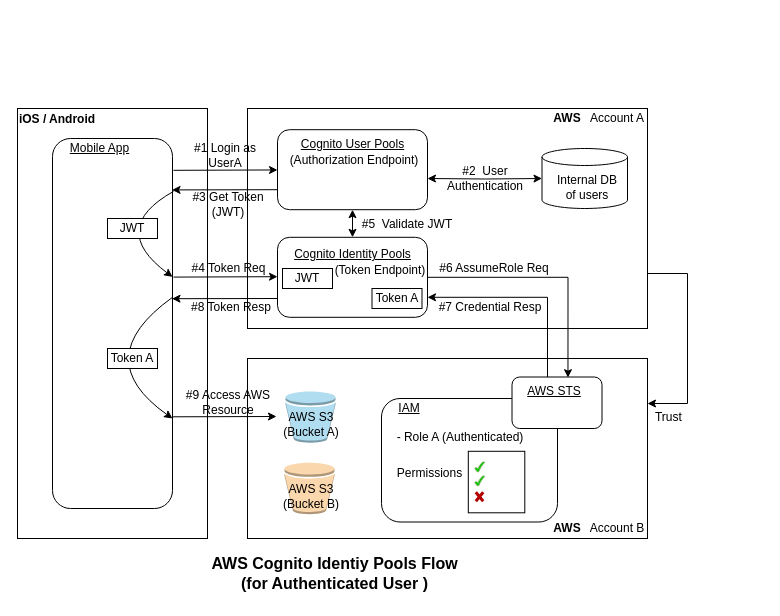
The draw.io diagram OAuth2.0_Authorization/AWS_Cognito_with_Vault.drawio in developer-onizuka/Diagrams, before the edit. Source tidied: cells renumbered, new cells numbered last; positions are measured from the earlier drawing's top-left corner, leaving out a move shared by most shapes. Both pictures are drawn from the tidied source at 100%, with x=0, y=0 at pixel (17, 108).
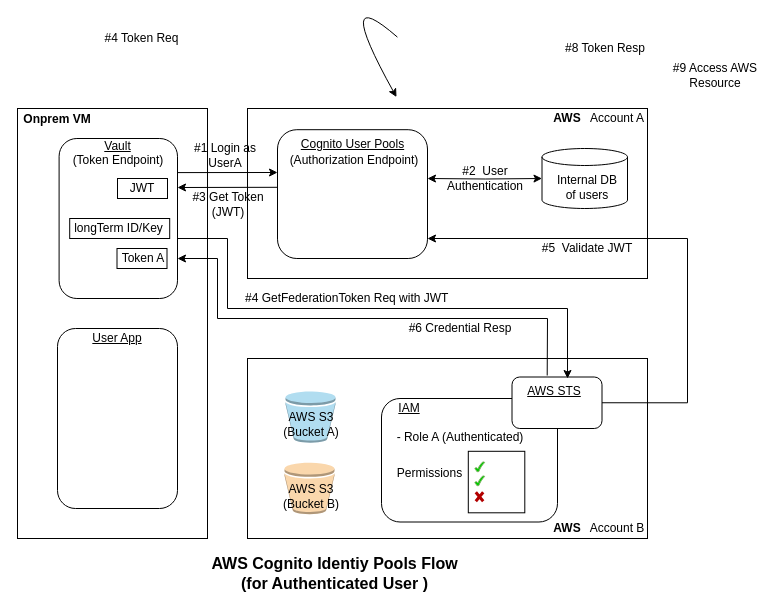
The same diagram, later.

Commit message:
AWS_Cognito_with_Vault.drawio を更新します

Unchanged cells that the change refers to:
```xml
<mxCell id="12" style="rounded=0;whiteSpace=wrap;html=1;" parent="1" vertex="1">
  <mxGeometry x="230" y="250" width="400" height="180" as="geometry" />
</mxCell>
<mxCell id="66" style="rounded=1;whiteSpace=wrap;html=1;" parent="1" vertex="1">
  <mxGeometry x="494.5" y="268.5" width="90" height="51.5" as="geometry" />
</mxCell>
```

Diff of the diagram source:
```diff
@@
     <mxCell id="3" style="rounded=1;whiteSpace=wrap;html=1;" parent="1" vertex="1">
-      <mxGeometry x="35" y="30" width="120" height="370" as="geometry" />
+      <mxGeometry x="40" y="220" width="120" height="180" as="geometry" />
     </mxCell>
-    <mxCell id="4" value="Mobile App" style="text;html=1;strokeColor=none;fillColor=none;align=center;verticalAlign=middle;whiteSpace=wrap;rounded=0;fontStyle=4;" parent="1" vertex="1">
-      <mxGeometry x="45" y="30" width="75" height="20" as="geometry" />
+    <mxCell id="4" value="User App" style="text;html=1;strokeColor=none;fillColor=none;align=center;verticalAlign=middle;whiteSpace=wrap;rounded=0;fontStyle=4;" parent="1" vertex="1">
+      <mxGeometry x="40" y="220" width="120" height="20" as="geometry" />
     </mxCell>
-    <mxCell id="5" value="iOS / Android" style="text;html=1;strokeColor=none;fillColor=none;align=center;verticalAlign=middle;whiteSpace=wrap;rounded=0;fontStyle=1;" parent="1" vertex="1">
+    <mxCell id="5" value="Onprem VM" style="text;html=1;strokeColor=none;fillColor=none;align=center;verticalAlign=middle;whiteSpace=wrap;rounded=0;fontStyle=1;" parent="1" vertex="1">
       <mxGeometry y="1.2" width="80" height="20" as="geometry" />
     </mxCell>
-    <mxCell id="6" style="edgeStyle=orthogonalEdgeStyle;rounded=0;jettySize=auto;html=1;exitX=1;exitY=0.75;exitDx=0;exitDy=0;entryX=1;entryY=0.25;entryDx=0;entryDy=0;startArrow=none;startFill=0;" parent="1" edge="1" source="7" target="12">
-      <mxGeometry relative="1" as="geometry">
-        <Array as="points">
-          <mxPoint x="670" y="165" />
-          <mxPoint x="670" y="295" />
-        </Array>
-      </mxGeometry>
-    </mxCell>
     <mxCell id="7" style="rounded=0;whiteSpace=wrap;html=1;" parent="1" vertex="1">
-      <mxGeometry x="230" width="400" height="220" as="geometry" />
+      <mxGeometry x="230" width="400" height="170" as="geometry" />
     </mxCell>
@@
-    <mxCell id="9" style="edgeStyle=orthogonalEdgeStyle;rounded=0;jettySize=auto;html=1;exitX=0.5;exitY=0;exitDx=0;exitDy=0;entryX=0.5;entryY=1;entryDx=0;entryDy=0;startArrow=classic;startFill=1;endArrow=classic;endFill=1;" parent="1" edge="1" source="10" target="21">
-      <mxGeometry relative="1" as="geometry" />
-    </mxCell>
     <mxCell id="10" style="rounded=1;whiteSpace=wrap;html=1;" parent="1" vertex="1">
-      <mxGeometry x="260" y="128.8" width="150" height="80" as="geometry" />
+      <mxGeometry x="41.6" y="30" width="118.4" height="160" as="geometry" />
     </mxCell>
-    <mxCell id="11" value="Cognito Identity Pools" style="text;html=1;strokeColor=none;fillColor=none;align=center;verticalAlign=middle;whiteSpace=wrap;rounded=0;fontStyle=4;" parent="1" vertex="1">
-      <mxGeometry x="274.5" y="138.8" width="121" height="15" as="geometry" />
+    <mxCell id="11" value="Vault" style="text;html=1;strokeColor=none;fillColor=none;align=center;verticalAlign=middle;whiteSpace=wrap;rounded=0;fontStyle=4;" parent="1" vertex="1">
+      <mxGeometry x="40" y="30" width="121" height="15" as="geometry" />
     </mxCell>
@@
-    <mxCell id="17" style="edgeStyle=orthogonalEdgeStyle;rounded=0;jettySize=auto;html=1;entryX=1;entryY=0.75;entryDx=0;entryDy=0;startArrow=none;startFill=0;endArrow=classic;endFill=1;" parent="1" edge="1" source="66" target="10">
-      <mxGeometry relative="1" as="geometry">
-        <Array as="points">
-          <mxPoint x="530" y="189" />
-        </Array>
-      </mxGeometry>
-    </mxCell>
@@
     <mxCell id="21" style="rounded=1;whiteSpace=wrap;html=1;" parent="1" vertex="1">
-      <mxGeometry x="260" y="21.2" width="150" height="80" as="geometry" />
+      <mxGeometry x="260" y="21.2" width="150" height="128.8" as="geometry" />
     </mxCell>
@@
-    <mxCell id="31" value="Trust&amp;nbsp;" style="text;html=1;strokeColor=none;fillColor=none;align=center;verticalAlign=middle;whiteSpace=wrap;rounded=0;" parent="1" vertex="1">
-      <mxGeometry x="622.7" y="298.5" width="60" height="20" as="geometry" />
-    </mxCell>
-    <mxCell id="32" style="endArrow=classic;html=1;rounded=0;exitX=1.008;exitY=0.086;exitDx=0;exitDy=0;exitPerimeter=0;" parent="1" edge="1" source="3" target="21">
-      <mxGeometry relative="1" as="geometry" />
-    </mxCell>
@@
-    <mxCell id="37" style="endArrow=classic;html=1;rounded=0;exitX=0;exitY=0.75;exitDx=0;exitDy=0;entryX=0.996;entryY=0.139;entryDx=0;entryDy=0;entryPerimeter=0;" parent="1" edge="1" source="21" target="3">
-      <mxGeometry relative="1" as="geometry" />
-    </mxCell>
-    <mxCell id="38" style="endArrow=classic;html=1;rounded=0;exitX=1.008;exitY=0.086;exitDx=0;exitDy=0;exitPerimeter=0;" parent="1" edge="1">
-      <mxGeometry relative="1" as="geometry">
-        <mxPoint x="156" y="168.6" as="sourcePoint" />
-        <mxPoint x="260" y="168.2" as="targetPoint" />
-      </mxGeometry>
-    </mxCell>
-    <mxCell id="39" style="endArrow=classic;html=1;rounded=0;exitX=0;exitY=0.75;exitDx=0;exitDy=0;entryX=0.996;entryY=0.139;entryDx=0;entryDy=0;entryPerimeter=0;" parent="1" edge="1">
-      <mxGeometry relative="1" as="geometry">
-        <mxPoint x="260" y="190" as="sourcePoint" />
-        <mxPoint x="154.5" y="190.2" as="targetPoint" />
-      </mxGeometry>
-    </mxCell>
@@
-    <mxCell id="41" style="group;" parent="1" vertex="1">
-      <mxGeometry x="265" y="160" width="50" height="20" as="geometry" />
-    </mxCell>
-    <mxCell id="42" style="rounded=0;whiteSpace=wrap;html=1;" parent="41" vertex="1">
-      <mxGeometry width="50" height="20" as="geometry" />
-    </mxCell>
-    <mxCell id="43" value="JWT" style="text;html=1;strokeColor=none;fillColor=none;align=center;verticalAlign=middle;whiteSpace=wrap;rounded=0;" parent="41" vertex="1">
-      <mxGeometry width="50" height="20" as="geometry" />
-    </mxCell>
     <mxCell id="44" value="#4 Token Req" style="text;html=1;strokeColor=none;fillColor=none;align=center;verticalAlign=middle;whiteSpace=wrap;rounded=0;" parent="1" vertex="1">
-      <mxGeometry x="167.5" y="150" width="87" height="20" as="geometry" />
+      <mxGeometry x="80.5" y="-80" width="87" height="20" as="geometry" />
     </mxCell>
@@
     <mxCell id="46" value="#5&amp;nbsp; Validate JWT" style="text;html=1;strokeColor=none;fillColor=none;align=center;verticalAlign=middle;whiteSpace=wrap;rounded=0;" parent="1" vertex="1">
-      <mxGeometry x="340" y="105.8" width="100" height="20" as="geometry" />
+      <mxGeometry x="519.5" y="130" width="100" height="20" as="geometry" />
     </mxCell>
-    <mxCell id="47" value="#6 AssumeRole Req" style="text;html=1;strokeColor=none;fillColor=none;align=center;verticalAlign=middle;whiteSpace=wrap;rounded=0;" parent="1" vertex="1">
-      <mxGeometry x="403.5" y="150" width="145.5" height="20" as="geometry" />
+    <mxCell id="47" value="#4 GetFederationToken Req with JWT" style="text;html=1;strokeColor=none;fillColor=none;align=left;verticalAlign=middle;whiteSpace=wrap;rounded=0;" parent="1" vertex="1">
+      <mxGeometry x="225.5" y="180" width="214.5" height="20" as="geometry" />
     </mxCell>
@@
-    <mxCell id="49" style="group;" parent="1" vertex="1">
-      <mxGeometry x="354.5" y="180" width="50" height="20" as="geometry" />
-    </mxCell>
-    <mxCell id="50" style="rounded=0;whiteSpace=wrap;html=1;" parent="49" vertex="1">
-      <mxGeometry width="50" height="20" as="geometry" />
-    </mxCell>
-    <mxCell id="51" value="Token A" style="text;html=1;strokeColor=none;fillColor=none;align=center;verticalAlign=middle;whiteSpace=wrap;rounded=0;" parent="49" vertex="1">
-      <mxGeometry width="50" height="20" as="geometry" />
-    </mxCell>
-    <mxCell id="52" value="#7 Credential Resp" style="text;html=1;strokeColor=none;fillColor=none;align=center;verticalAlign=middle;whiteSpace=wrap;rounded=0;" parent="1" vertex="1">
-      <mxGeometry x="419.5" y="188.8" width="105.5" height="20" as="geometry" />
+    <mxCell id="52" value="#6 Credential Resp" style="text;html=1;strokeColor=none;fillColor=none;align=center;verticalAlign=middle;whiteSpace=wrap;rounded=0;" parent="1" vertex="1">
+      <mxGeometry x="390" y="210" width="105.5" height="20" as="geometry" />
     </mxCell>
     <mxCell id="53" value="#8 Token Resp" style="text;html=1;strokeColor=none;fillColor=none;align=center;verticalAlign=middle;whiteSpace=wrap;rounded=0;" parent="1" vertex="1">
-      <mxGeometry x="165.5" y="188.8" width="95.5" height="20" as="geometry" />
+      <mxGeometry x="540" y="-70" width="95.5" height="20" as="geometry" />
     </mxCell>
-    <mxCell id="54" style="curved=1;endArrow=classic;html=1;rounded=0;entryX=1;entryY=0.374;entryDx=0;entryDy=0;entryPerimeter=0;exitX=1.008;exitY=0.143;exitDx=0;exitDy=0;exitPerimeter=0;" parent="1" edge="1" source="3" target="3">
+    <mxCell id="54" style="curved=1;endArrow=classic;html=1;rounded=0;entryX=1;entryY=0.374;entryDx=0;entryDy=0;entryPerimeter=0;exitX=1.008;exitY=0.143;exitDx=0;exitDy=0;exitPerimeter=0;" parent="1" edge="1">
       <mxGeometry relative="1" as="geometry">
+        <mxPoint x="379.9" y="-71.4" as="sourcePoint" />
+        <mxPoint x="379" y="-11.4" as="targetPoint" />
         <Array as="points">
-          <mxPoint x="90" y="120" />
+          <mxPoint x="314" y="-128.6" />
         </Array>
       </mxGeometry>
     </mxCell>
     <mxCell id="55" style="group;" parent="1" vertex="1">
-      <mxGeometry x="90" y="110" width="50" height="20" as="geometry" />
+      <mxGeometry x="100" y="70" width="50" height="20" as="geometry" />
     </mxCell>
@@
-    <mxCell id="58" style="edgeStyle=orthogonalEdgeStyle;rounded=0;jettySize=auto;html=1;exitX=1;exitY=0.5;exitDx=0;exitDy=0;entryX=0.622;entryY=0.013;entryDx=0;entryDy=0;startArrow=none;startFill=0;endArrow=classic;endFill=1;entryPerimeter=0;" parent="1" edge="1" source="10" target="66">
-      <mxGeometry relative="1" as="geometry">
-        <Array as="points">
-          <mxPoint x="550" y="169" />
-        </Array>
-      </mxGeometry>
-    </mxCell>
     <mxCell id="59" style="endArrow=classic;html=1;rounded=0;exitX=1.008;exitY=0.086;exitDx=0;exitDy=0;exitPerimeter=0;" parent="1" edge="1">
       <mxGeometry relative="1" as="geometry">
-        <mxPoint x="155" y="308.3" as="sourcePoint" />
-        <mxPoint x="259" y="308" as="targetPoint" />
+        <mxPoint x="160" y="64.1" as="sourcePoint" />
+        <mxPoint x="260" y="64" as="targetPoint" />
       </mxGeometry>
     </mxCell>
-    <mxCell id="60" style="curved=1;endArrow=classic;html=1;rounded=0;exitX=1.008;exitY=0.143;exitDx=0;exitDy=0;exitPerimeter=0;" parent="1" edge="1">
-      <mxGeometry relative="1" as="geometry">
-        <mxPoint x="155" y="188.8" as="sourcePoint" />
-        <mxPoint x="155" y="310" as="targetPoint" />
-        <Array as="points">
-          <mxPoint x="70" y="250" />
-        </Array>
-      </mxGeometry>
-    </mxCell>
     <mxCell id="61" style="group;" parent="1" vertex="1">
-      <mxGeometry x="90" y="240" width="50" height="20" as="geometry" />
+      <mxGeometry x="99.5" y="140" width="50" height="20" as="geometry" />
     </mxCell>
@@
-    <mxCell id="63" value="Token A" style="text;html=1;strokeColor=none;fillColor=none;align=center;verticalAlign=middle;whiteSpace=wrap;rounded=0;" parent="61" vertex="1">
-      <mxGeometry width="50" height="20" as="geometry" />
-    </mxCell>
     <mxCell id="64" value="#9 Access AWS Resource" style="text;html=1;strokeColor=none;fillColor=none;align=center;verticalAlign=middle;whiteSpace=wrap;rounded=0;" parent="1" vertex="1">
-      <mxGeometry x="163.2" y="277.1" width="95.5" height="34.2" as="geometry" />
+      <mxGeometry x="650" y="-50" width="95.5" height="34.2" as="geometry" />
     </mxCell>
@@
     <mxCell id="69" value="(Token Endpoint)" style="text;html=1;align=center;verticalAlign=middle;whiteSpace=wrap;rounded=0;fillColor=none;" parent="1" vertex="1">
-      <mxGeometry x="314" y="150" width="98.2" height="23.8" as="geometry" />
+      <mxGeometry x="52.2" y="40" width="98.2" height="23.8" as="geometry" />
     </mxCell>
+    <mxCell id="63" value="Token A" style="text;html=1;strokeColor=none;fillColor=none;align=center;verticalAlign=middle;whiteSpace=wrap;rounded=0;" parent="1" vertex="1">
+      <mxGeometry x="100.5" y="140" width="50" height="20" as="geometry" />
+    </mxCell>
+    <mxCell id="70" style="endArrow=classic;html=1;rounded=0;exitX=0;exitY=0.75;exitDx=0;exitDy=0;" parent="1" edge="1">
+      <mxGeometry relative="1" as="geometry">
+        <mxPoint x="260" y="78.8" as="sourcePoint" />
+        <mxPoint x="160" y="79" as="targetPoint" />
+      </mxGeometry>
+    </mxCell>
+    <mxCell id="71" style="endArrow=classic;html=1;rounded=0;entryX=0.617;entryY=0.029;entryDx=0;entryDy=0;entryPerimeter=0;" parent="1" edge="1" target="66">
+      <mxGeometry relative="1" as="geometry">
+        <mxPoint x="160" y="130" as="sourcePoint" />
+        <Array as="points">
+          <mxPoint x="210" y="130" />
+          <mxPoint x="210" y="200" />
+          <mxPoint x="550" y="200" />
+        </Array>
+      </mxGeometry>
+    </mxCell>
+    <mxCell id="17" style="endArrow=classic;html=1;rounded=0;entryX=1;entryY=0.75;entryDx=0;entryDy=0;exitX=0.391;exitY=-0.029;exitDx=0;exitDy=0;exitPerimeter=0;" parent="1" edge="1" source="66" target="10">
+      <mxGeometry relative="1" as="geometry">
+        <Array as="points">
+          <mxPoint x="530" y="210" />
+          <mxPoint x="200" y="210" />
+          <mxPoint x="200" y="150" />
+        </Array>
+      </mxGeometry>
+    </mxCell>
+    <mxCell id="6" style="edgeStyle=orthogonalEdgeStyle;rounded=0;jettySize=auto;html=1;startArrow=none;startFill=0;exitX=1;exitY=0.5;exitDx=0;exitDy=0;" parent="1" edge="1" source="66" target="21">
+      <mxGeometry relative="1" as="geometry">
+        <Array as="points">
+          <mxPoint x="670" y="294" />
+          <mxPoint x="670" y="130" />
+        </Array>
+      </mxGeometry>
+    </mxCell>
+    <mxCell id="72" style="group;" parent="1" vertex="1">
+      <mxGeometry x="52.2" y="110" width="100" height="20" as="geometry" />
+    </mxCell>
+    <mxCell id="73" style="rounded=0;whiteSpace=wrap;html=1;" parent="72" vertex="1">
+      <mxGeometry width="100" height="20" as="geometry" />
+    </mxCell>
+    <mxCell id="74" value="longTerm ID/Key" style="text;html=1;strokeColor=none;fillColor=none;align=center;verticalAlign=middle;whiteSpace=wrap;rounded=0;" parent="1" vertex="1">
+      <mxGeometry x="53.2" y="110" width="96.8" height="20" as="geometry" />
+    </mxCell>
```
